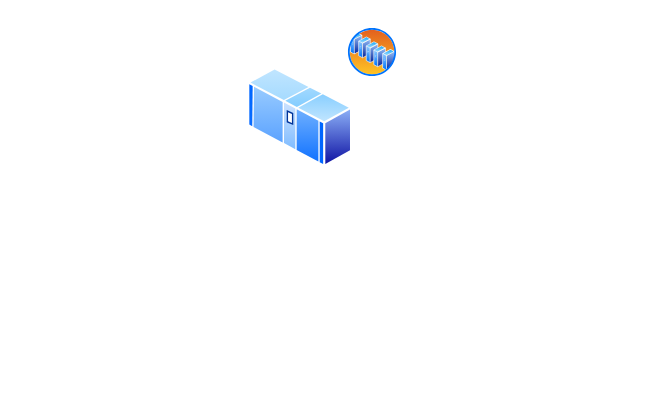
The draw.io diagram LLD Ayo Kreasi Port Gate Monitoring.drawio in IvanHabibi/test, before the edit. Source tidied: cells renumbered, new cells numbered last; positions are measured from the earlier drawing's top-left corner, leaving out a move shared by most shapes. Both pictures are drawn from the tidied source at 100%, with x=0, y=0 at pixel (247, 27). Pictures stored in the file or linked from it are replaced by grey dashed boxes.
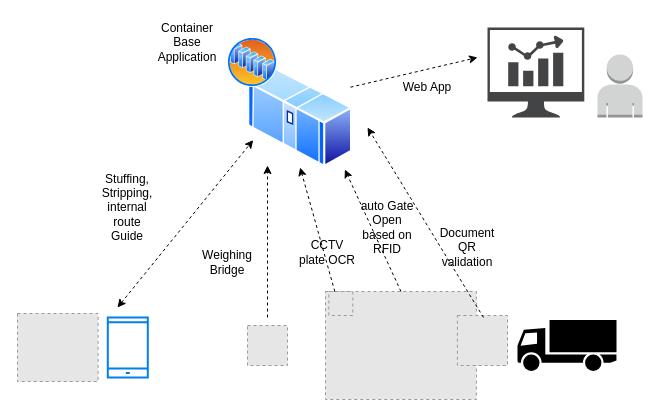
The same diagram, later.

Unchanged cells that the change refers to:
```xml
<mxCell id="2" style="image;perimeter=ellipsePerimeter;html=1;align=center;shadow=0;dashed=0;spacingTop=3;image=img/lib/active_directory/mainframe.svg;" parent="1" vertex="1">
  <mxGeometry y="40" width="105.3" height="100" as="geometry" />
</mxCell>
```

The edit, as a diff of the source:
```diff
@@
     <mxCell id="3" style="image;perimeter=ellipsePerimeter;html=1;align=center;shadow=0;dashed=0;spacingTop=3;image=img/lib/active_directory/server_farm.svg;" parent="1" vertex="1">
-      <mxGeometry x="100" width="50" height="50" as="geometry" />
+      <mxGeometry x="-20" y="10" width="50" height="50" as="geometry" />
     </mxCell>
+    <mxCell id="4" style="fillColor=#E6E6E6;strokeColor=#999999;dashed=1;verticalLabelPosition=bottom;labelBackgroundColor=default;verticalAlign=top;" parent="1" vertex="1">
+      <mxGeometry x="78" y="264" width="150.9" height="108" as="geometry" />
+    </mxCell>
+    <mxCell id="5" style="fillColor=#E6E6E6;strokeColor=#999999;dashed=1;html=1;verticalAlign=top;verticalLabelPosition=bottom;labelBackgroundColor=#ffffff;" parent="1" vertex="1">
+      <mxGeometry x="81.3" y="264" width="24" height="24" as="geometry" />
+    </mxCell>
+    <mxCell id="6" style="shape=mxgraph.signs.transportation.truck_1;html=1;fillColor=#000000;strokeColor=none;verticalLabelPosition=bottom;verticalAlign=top;align=center;" parent="1" vertex="1">
+      <mxGeometry x="270" y="292.5" width="99" height="51" as="geometry" />
+    </mxCell>
+    <mxCell id="7" style="fillColor=#E6E6E6;strokeColor=#999999;dashed=1;html=1;verticalAlign=top;verticalLabelPosition=bottom;labelBackgroundColor=#ffffff;" parent="1" vertex="1">
+      <mxGeometry y="298" width="40" height="40" as="geometry" />
+    </mxCell>
+    <mxCell id="8" style="endArrow=classic;html=1;rounded=0;entryX=0.5;entryY=1;entryDx=0;entryDy=0;exitX=0.25;exitY=0;exitDx=0;exitDy=0;dashed=1;" parent="1" edge="1" source="5" target="2">
+      <mxGeometry relative="1" as="geometry" />
+    </mxCell>
+    <mxCell id="9" style="endArrow=classic;html=1;rounded=0;entryX=0.925;entryY=1.02;entryDx=0;entryDy=0;exitX=0.5;exitY=0;exitDx=0;exitDy=0;dashed=1;entryPerimeter=0;" parent="1" edge="1" source="4" target="2">
+      <mxGeometry relative="1" as="geometry" />
+    </mxCell>
+    <mxCell id="10" style="endArrow=classic;html=1;rounded=0;entryX=0.19;entryY=0.98;entryDx=0;entryDy=0;dashed=1;entryPerimeter=0;" parent="1" edge="1" target="2">
+      <mxGeometry relative="1" as="geometry">
+        <mxPoint x="20" y="290" as="sourcePoint" />
+      </mxGeometry>
+    </mxCell>
+    <mxCell id="11" style="html=1;verticalLabelPosition=bottom;align=center;labelBackgroundColor=#ffffff;verticalAlign=top;strokeWidth=2;strokeColor=#0080F0;shadow=0;dashed=0;shape=mxgraph.ios7.icons.smartphone;" parent="1" vertex="1">
+      <mxGeometry x="-139.7" y="290" width="40" height="60" as="geometry" />
+    </mxCell>
+    <mxCell id="12" style="endArrow=classic;html=1;rounded=0;dashed=1;entryX=0;entryY=0.75;entryDx=0;entryDy=0;startArrow=classic;startFill=1;" parent="1" edge="1" target="2">
+      <mxGeometry relative="1" as="geometry">
+        <mxPoint x="-130" y="280" as="sourcePoint" />
+      </mxGeometry>
+    </mxCell>
+    <mxCell id="13" style="fillColor=#E6E6E6;strokeColor=#999999;dashed=1;verticalLabelPosition=bottom;labelBackgroundColor=default;verticalAlign=top;" parent="1" vertex="1">
+      <mxGeometry x="-230" y="286" width="80.6" height="68" as="geometry" />
+    </mxCell>
+    <mxCell id="14" value="Stuffing, Stripping, internal route Guide" style="text;html=1;whiteSpace=wrap;strokeColor=none;fillColor=none;align=center;verticalAlign=middle;rounded=0;" parent="1" vertex="1">
+      <mxGeometry x="-149.7" y="130" width="60" height="100" as="geometry" />
+    </mxCell>
+    <mxCell id="15" value="Weighing Bridge" style="text;html=1;whiteSpace=wrap;strokeColor=none;fillColor=none;align=center;verticalAlign=middle;rounded=0;" parent="1" vertex="1">
+      <mxGeometry x="-50" y="220" width="60" height="30" as="geometry" />
+    </mxCell>
+    <mxCell id="16" value="CCTV plate OCR" style="text;html=1;whiteSpace=wrap;strokeColor=none;fillColor=none;align=center;verticalAlign=middle;rounded=0;" parent="1" vertex="1">
+      <mxGeometry x="50" y="210" width="60" height="30" as="geometry" />
+    </mxCell>
+    <mxCell id="17" value="auto Gate Open based on RFID" style="text;html=1;whiteSpace=wrap;strokeColor=none;fillColor=none;align=center;verticalAlign=middle;rounded=0;" parent="1" vertex="1">
+      <mxGeometry x="110" y="170" width="60" height="60" as="geometry" />
+    </mxCell>
+    <mxCell id="18" style="fillColor=#E6E6E6;strokeColor=#999999;dashed=1;verticalLabelPosition=bottom;labelBackgroundColor=default;verticalAlign=top;" parent="1" vertex="1">
+      <mxGeometry x="209.9" y="288" width="50.1" height="50" as="geometry" />
+    </mxCell>
+    <mxCell id="19" style="endArrow=classic;html=1;rounded=0;exitX=0.5;exitY=0;exitDx=0;exitDy=0;dashed=1;" parent="1" edge="1">
+      <mxGeometry relative="1" as="geometry">
+        <mxPoint x="236" y="290" as="sourcePoint" />
+        <mxPoint x="120" y="100" as="targetPoint" />
+      </mxGeometry>
+    </mxCell>
+    <mxCell id="20" value="Document QR validation" style="text;html=1;whiteSpace=wrap;strokeColor=none;fillColor=none;align=center;verticalAlign=middle;rounded=0;" parent="1" vertex="1">
+      <mxGeometry x="190" y="190" width="60" height="60" as="geometry" />
+    </mxCell>
+    <mxCell id="21" value="Container Base Application" style="text;html=1;whiteSpace=wrap;strokeColor=none;fillColor=none;align=center;verticalAlign=middle;rounded=0;" parent="1" vertex="1">
+      <mxGeometry x="-89.7" y="-10" width="60" height="50" as="geometry" />
+    </mxCell>
+    <mxCell id="22" style="sketch=0;shadow=0;dashed=0;html=1;strokeColor=none;fillColor=#434445;labelPosition=center;verticalLabelPosition=bottom;verticalAlign=top;align=center;shape=mxgraph.vvd.nsx_dashboard;" parent="1" vertex="1">
+      <mxGeometry x="240" width="96.8" height="90" as="geometry" />
+    </mxCell>
+    <mxCell id="23" style="endArrow=classic;html=1;rounded=0;exitX=0.978;exitY=0.197;exitDx=0;exitDy=0;dashed=1;exitPerimeter=0;" parent="1" edge="1" source="2">
+      <mxGeometry relative="1" as="geometry">
+        <mxPoint x="230" y="30" as="targetPoint" />
+      </mxGeometry>
+    </mxCell>
+    <mxCell id="24" value="Web App" style="text;html=1;whiteSpace=wrap;strokeColor=none;fillColor=none;align=center;verticalAlign=middle;rounded=0;" parent="1" vertex="1">
+      <mxGeometry x="149.9" y="45" width="60" height="30" as="geometry" />
+    </mxCell>
+    <mxCell id="25" style="dashed=0;verticalLabelPosition=bottom;verticalAlign=top;align=center;html=1;shape=mxgraph.aws3.user;fillColor=#D2D3D3;gradientColor=none;" parent="1" vertex="1">
+      <mxGeometry x="350" y="27" width="45" height="63" as="geometry" />
+    </mxCell>
```
